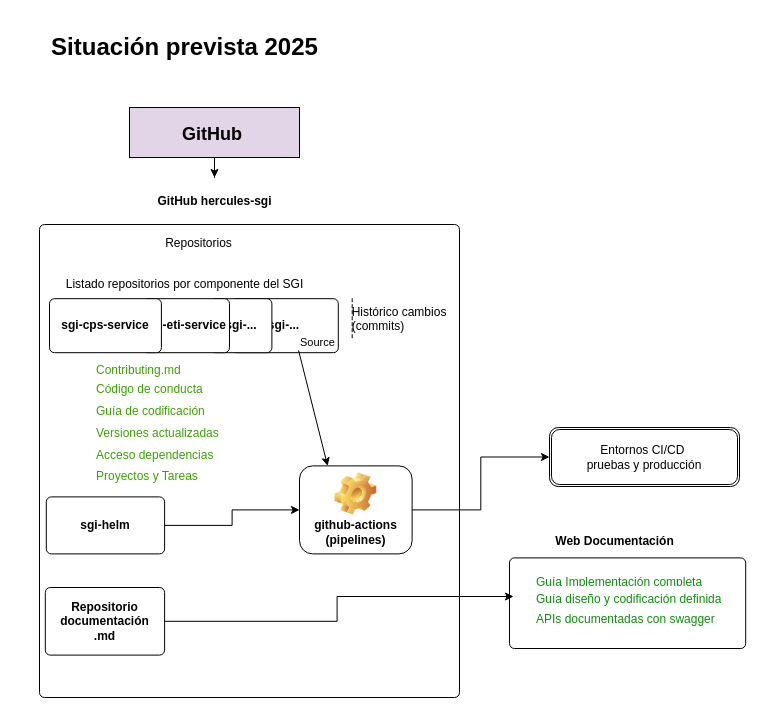
Before: page "Página-2" (2 of 2) of docs/tecnica/posible_evolucion_repos_sgi.drawio in dialrepo/Hercules_SGI, a draw.io diagram. Source tidied: cells renumbered, new cells numbered last; positions are measured from the earlier drawing's top-left corner, leaving out a move shared by most shapes. Both pictures are drawn from the tidied source at 100%, with x=0, y=0 at pixel (17, 17).
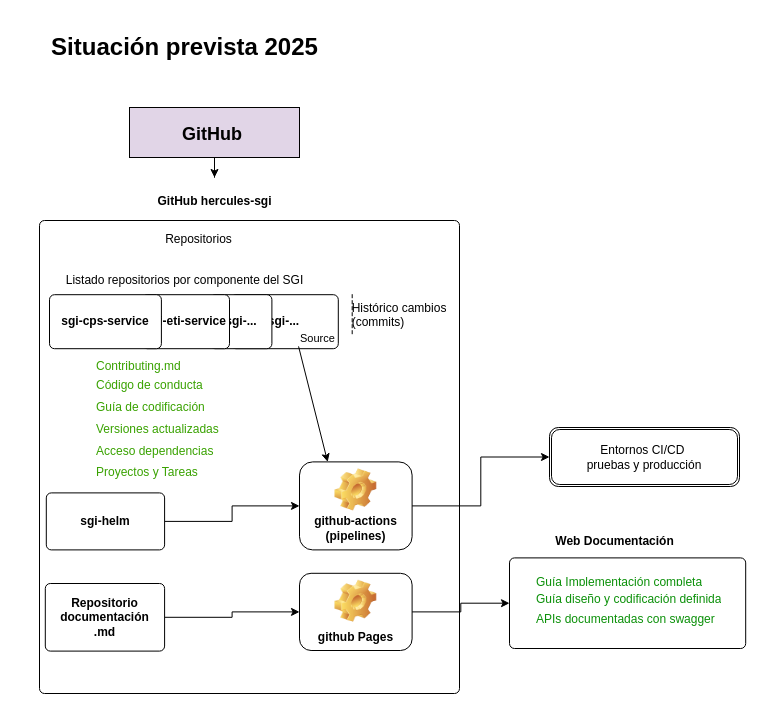
The same diagram, later.

Unchanged cells that the change refers to:
```xml
<mxCell id="30" value="Repositorio documentación&lt;div&gt;.md&lt;/div&gt;" style="rounded=1;absoluteArcSize=1;html=1;arcSize=10;whiteSpace=wrap;points=[];strokeColor=inherit;fillColor=inherit;fontStyle=1;" parent="3" vertex="1">
  <mxGeometry x="5.8" y="363" width="119.3" height="67.6" as="geometry" />
</mxCell>
<mxCell id="31" style="rounded=1;absoluteArcSize=1;html=1;arcSize=10;" parent="1" vertex="1">
  <mxGeometry x="492" y="540.4" width="236.2" height="90.6" as="geometry" />
</mxCell>
```

The edit, as a diff of the source:
```diff
@@
     <mxCell id="3" style="rounded=1;absoluteArcSize=1;html=1;arcSize=10;" parent="1" vertex="1">
-      <mxGeometry x="22" y="207" width="420" height="473" as="geometry" />
+      <mxGeometry x="22" y="203" width="420" height="473" as="geometry" />
     </mxCell>
@@
+    <mxCell id="49" style="edgeStyle=orthogonalEdgeStyle;rounded=0;jettySize=auto;html=1;" parent="3" edge="1" source="30" target="50">
+      <mxGeometry relative="1" as="geometry" />
+    </mxCell>
@@
+    <mxCell id="50" value="github Pages" style="label;whiteSpace=wrap;html=1;align=center;verticalAlign=bottom;spacingLeft=0;spacingBottom=4;imageAlign=center;imageVerticalAlign=top;image=img/clipart/Gear_128x128.png;" parent="3" vertex="1">
+      <mxGeometry x="260" y="352.8" width="112.6" height="77.2" as="geometry" />
+    </mxCell>
@@
-    <mxCell id="47" style="edgeStyle=orthogonalEdgeStyle;rounded=0;jettySize=auto;html=1;entryX=0.017;entryY=0.426;entryDx=0;entryDy=0;entryPerimeter=0;" parent="1" edge="1" source="30" target="31">
-      <mxGeometry relative="1" as="geometry" />
-    </mxCell>
@@
+    <mxCell id="51" style="edgeStyle=orthogonalEdgeStyle;rounded=0;jettySize=auto;html=1;entryX=0;entryY=0.5;entryDx=0;entryDy=0;" parent="1" edge="1" source="50" target="31">
+      <mxGeometry relative="1" as="geometry" />
+    </mxCell>
```
